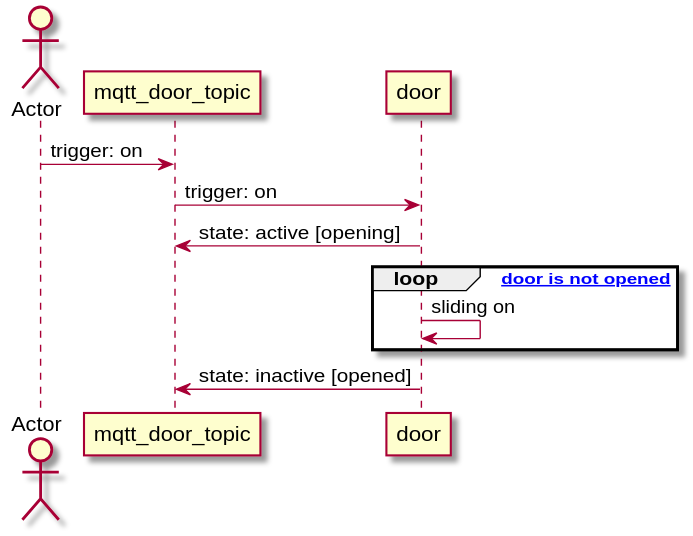
ubilab-ws21/operator keeps this PlantUML diagram as doc/design/communication_format_example.svg. Above is the earlier version. The source it was exported from:
```plantuml
@startuml communication_format_example
actor Actor
participant mqtt_door_topic
participant door

Actor -> mqtt_door_topic: trigger: on
mqtt_door_topic -> door: trigger: on
door -> mqtt_door_topic: state: active [opening]
loop [on door is not opened]
    door -> door: sliding on
end

door -> mqtt_door_topic: state: inactive [opened]
@enduml
```
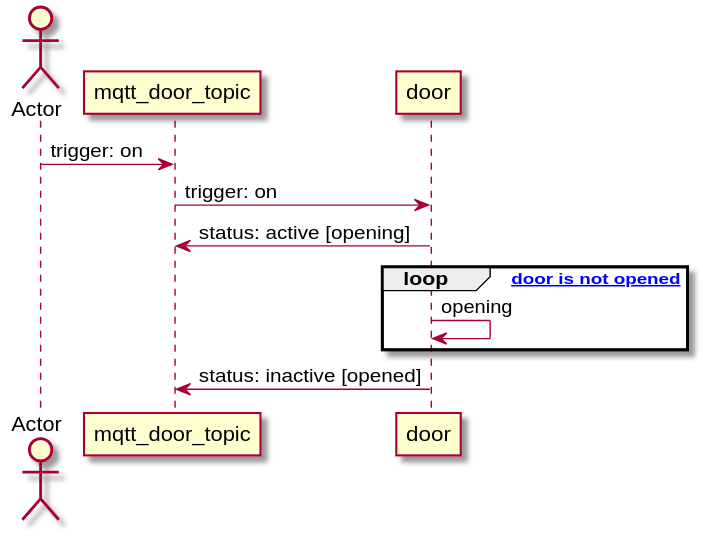
The same diagram one commit later.

Commit message:
Added a default communication protocol

Diff of the diagram source:
```diff
@@ -5,10 +5,10 @@
 
 Actor -> mqtt_door_topic: trigger: on
 mqtt_door_topic -> door: trigger: on
-door -> mqtt_door_topic: state: active [opening]
+door -> mqtt_door_topic: status: active [opening]
 loop [on door is not opened]
-    door -> door: sliding on
+    door -> door: opening
 end
 
-door -> mqtt_door_topic: state: inactive [opened]
+door -> mqtt_door_topic: status: inactive [opened]
 @enduml
```
